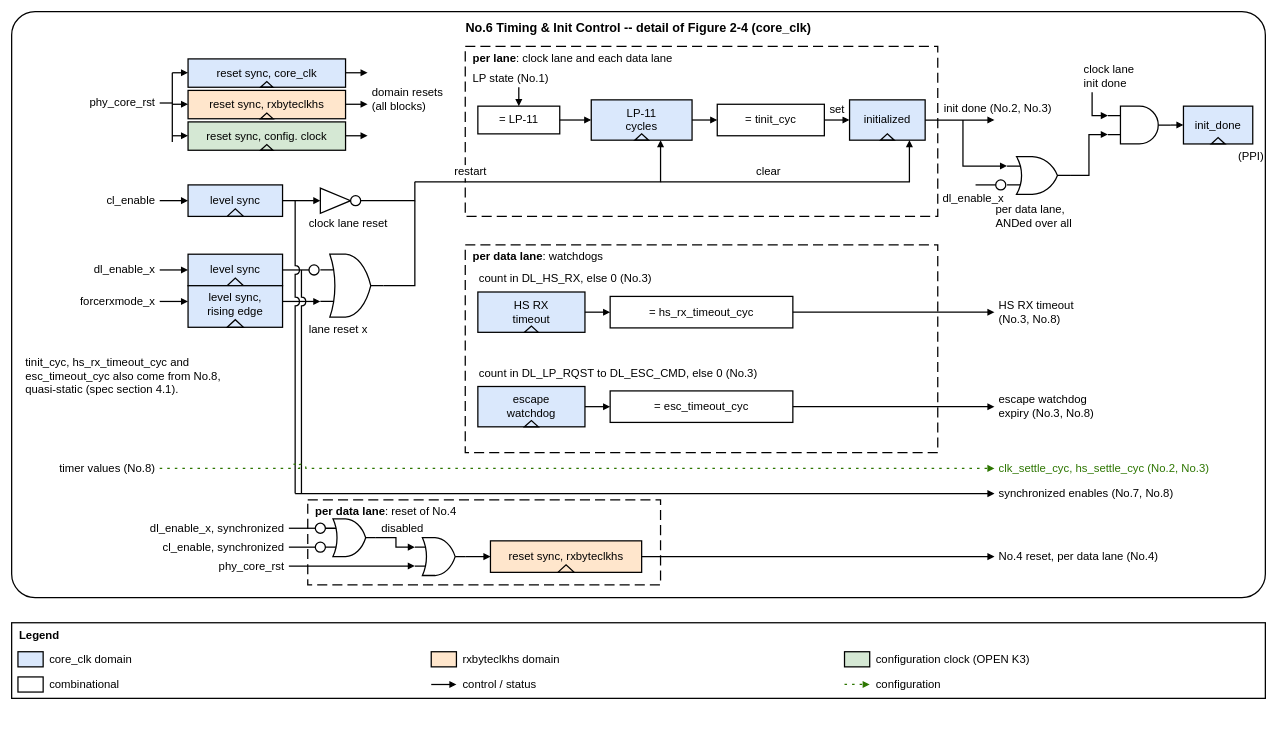
ftel-cdc/fu3_dphy keeps this draw.io diagram as 22fdx/rx/digital/hw/rtl/ip/ftel_dphy_rx/doc/figures/ftel_dphy_rx_timing_init.drawio. Above is the earlier version. Source tidied: cells renumbered, new cells numbered last; positions are measured from the earlier drawing's top-left corner, leaving out a move shared by most shapes. Both pictures are drawn from the tidied source at 63%, with x=0, y=0 at pixel (11, 11).
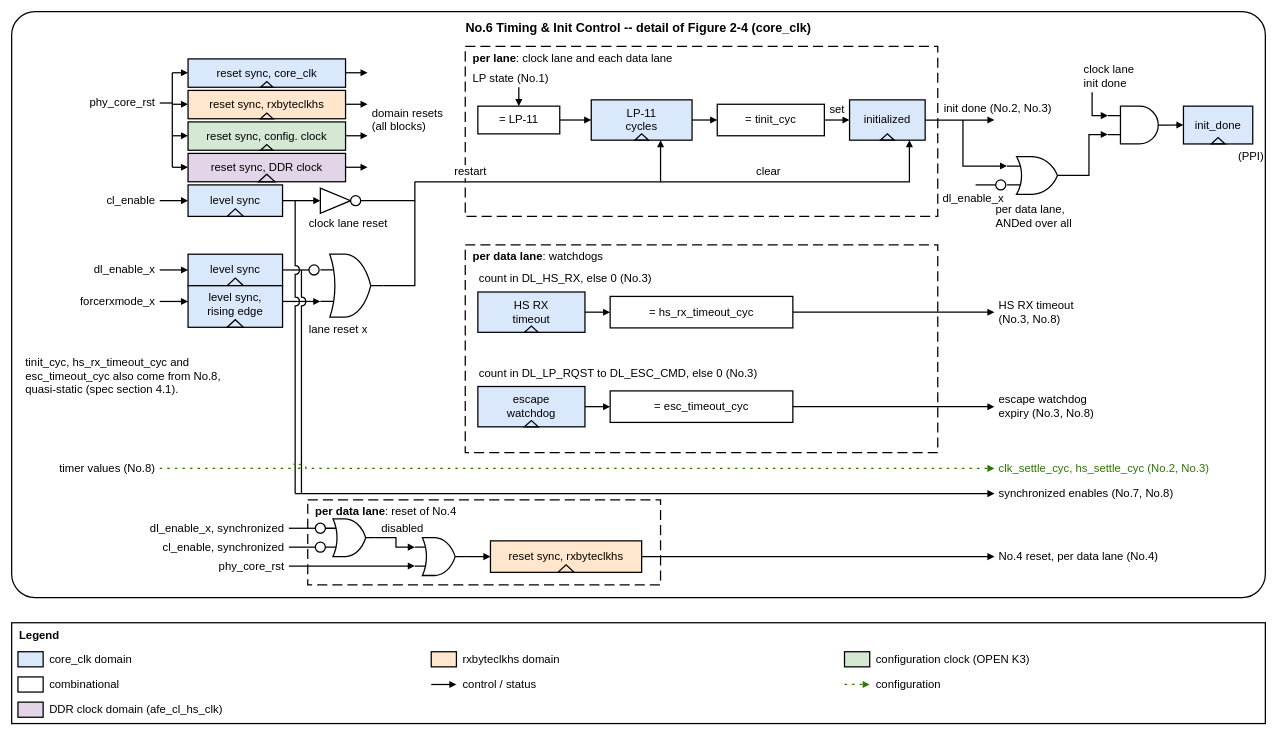
After the change.

Change to the diagram source:
```diff
@@
     <mxCell id="5" style="endArrow=block;endFill=1;html=1;fontSize=18;edgeStyle=orthogonalEdgeStyle;rounded=0;jumpStyle=arc;jumpSize=12;labelBackgroundColor=#FFFFFF;strokeWidth=2;endArrow=none;edgeStyle=none;" parent="1" edge="1">
       <mxGeometry relative="1" as="geometry">
         <mxPoint x="255" y="97" as="sourcePoint" />
-        <mxPoint x="255" y="207" as="targetPoint" />
+        <mxPoint x="255" y="247" as="targetPoint" />
       </mxGeometry>
     </mxCell>
@@
+    <mxCell id="127" value="reset sync, DDR clock" style="rounded=0;whiteSpace=wrap;html=1;fontSize=18;strokeWidth=2;fillColor=#E1D5E7;align=center;verticalAlign=middle;spacing=4;" parent="1" vertex="1">
+      <mxGeometry x="280" y="225" width="250" height="45" as="geometry" />
+    </mxCell>
+    <mxCell id="128" style="triangle;whiteSpace=wrap;html=1;rotation=-90;strokeWidth=2;fillColor=none;" parent="1" vertex="1">
+      <mxGeometry x="399" y="251" width="12" height="26" as="geometry" />
+    </mxCell>
+    <mxCell id="129" style="endArrow=block;endFill=1;html=1;fontSize=18;edgeStyle=orthogonalEdgeStyle;rounded=0;jumpStyle=arc;jumpSize=12;labelBackgroundColor=#FFFFFF;strokeWidth=2;edgeStyle=none;" parent="1" edge="1">
+      <mxGeometry relative="1" as="geometry">
+        <mxPoint x="255" y="247" as="sourcePoint" />
+        <mxPoint x="280" y="247" as="targetPoint" />
+      </mxGeometry>
+    </mxCell>
+    <mxCell id="130" style="endArrow=block;endFill=1;html=1;fontSize=18;edgeStyle=orthogonalEdgeStyle;rounded=0;jumpStyle=arc;jumpSize=12;labelBackgroundColor=#FFFFFF;strokeWidth=2;edgeStyle=none;" parent="1" edge="1">
+      <mxGeometry relative="1" as="geometry">
+        <mxPoint x="530" y="247" as="sourcePoint" />
+        <mxPoint x="565" y="247" as="targetPoint" />
+      </mxGeometry>
+    </mxCell>
     <mxCell id="18" value="domain resets&lt;br&gt;(all blocks)" style="text;html=1;whiteSpace=wrap;fontSize=18;align=left;verticalAlign=middle;strokeColor=none;fillColor=none;spacing=2;" parent="1" vertex="1">
-      <mxGeometry x="570" y="115" width="145" height="50" as="geometry" />
+      <mxGeometry x="570" y="147" width="145" height="50" as="geometry" />
     </mxCell>
@@
     <mxCell id="113" style="rounded=0;whiteSpace=wrap;html=1;fontSize=18;strokeWidth=2;fillColor=none;align=center;verticalAlign=middle;spacing=4;" parent="1" vertex="1">
-      <mxGeometry y="970" width="1990" height="120" as="geometry" />
+      <mxGeometry y="970" width="1990" height="160" as="geometry" />
     </mxCell>
+    <mxCell id="131" style="rounded=0;whiteSpace=wrap;html=1;fontSize=18;strokeWidth=2;fillColor=#E1D5E7;align=center;verticalAlign=middle;spacing=4;" parent="1" vertex="1">
+      <mxGeometry x="10" y="1096" width="40" height="24" as="geometry" />
+    </mxCell>
+    <mxCell id="132" value="DDR clock domain (afe_cl_hs_clk)" style="text;html=1;whiteSpace=wrap;fontSize=18;align=left;verticalAlign=middle;strokeColor=none;fillColor=none;spacing=2;" parent="1" vertex="1">
+      <mxGeometry x="58" y="1090" width="600" height="36" as="geometry" />
+    </mxCell>
```
